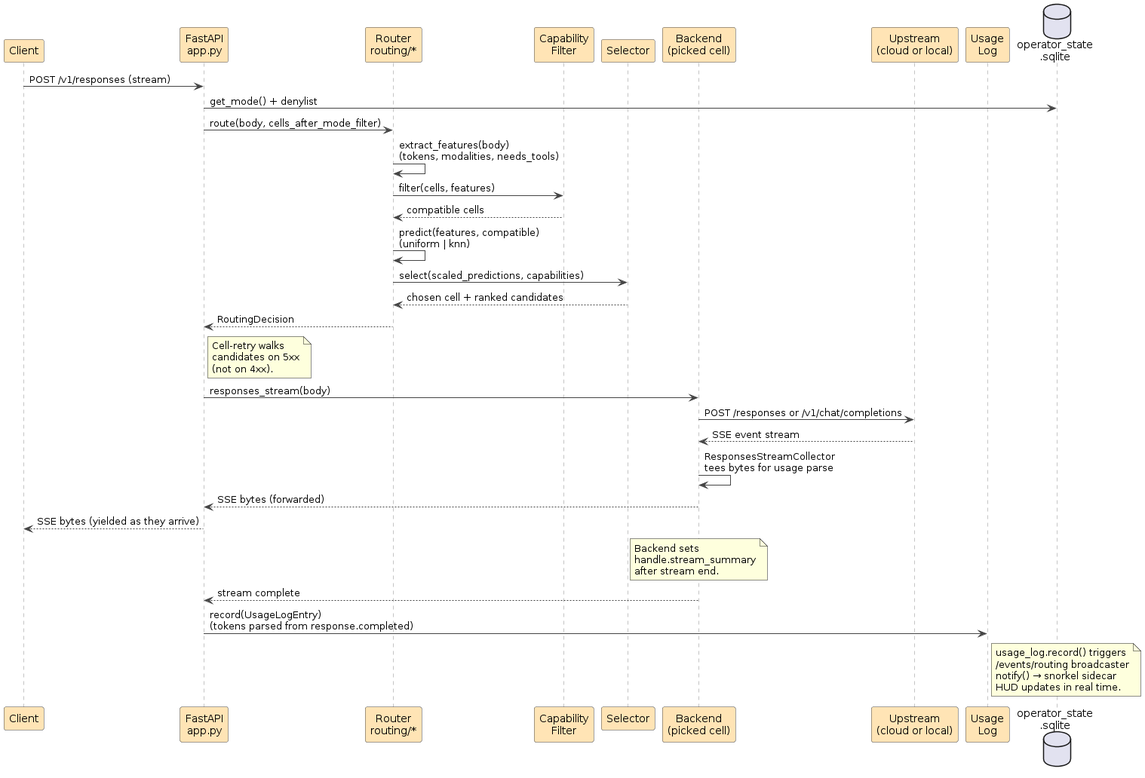
rohankhanna/callosum keeps this PlantUML diagram as docs/architecture/request_lifecycle.png. Above is the earlier version. Source of this version:
```plantuml
@startuml request_lifecycle

skinparam backgroundColor #FFFFFF
skinparam defaultFontName "Helvetica"
skinparam shadowing false
skinparam sequence {
  ArrowColor #444444
  LifeLineBorderColor #888888
  ParticipantBorderColor #444444
  ParticipantBackgroundColor #FFE4B5
  ParticipantFontColor #000000
}

participant "Client" as C
participant "FastAPI\napp.py" as App
participant "Router\nrouting/*" as R
participant "Capability\nFilter" as CF
participant "Selector" as S
participant "Backend\n(picked cell)" as B
participant "Upstream\n(cloud or local)" as U
participant "Usage\nLog" as UL
database "operator_state\n.sqlite" as OS

C -> App : POST /v1/responses (stream)
App -> OS : get_mode() + denylist
App -> R : route(body, cells_after_mode_filter)
R -> R : extract_features(body)\n(tokens, modalities, needs_tools)
R -> CF : filter(cells, features)
CF --> R : compatible cells
R -> R : predict(features, compatible)\n(uniform | knn)
R -> S : select(scaled_predictions, capabilities)
S --> R : chosen cell + ranked candidates
R --> App : RoutingDecision

note right of App
  Cell-retry walks
  candidates on 5xx
  (not on 4xx).
end note

App -> B : responses_stream(body)
B -> U : POST /responses or /v1/chat/completions
U --> B : SSE event stream
B -> B : ResponsesStreamCollector\ntees bytes for usage parse
B --> App : SSE bytes (forwarded)
App --> C : SSE bytes (yielded as they arrive)

note over B
  Backend sets
  handle.stream_summary
  after stream end.
end note

B --> App : stream complete
App -> UL : record(UsageLogEntry)\n(tokens parsed from response.completed)

note right of UL
  usage_log.record() triggers
  /events/routing broadcaster
  notify() → snorkel sidecar
  HUD updates in real time.
end note

@enduml
```
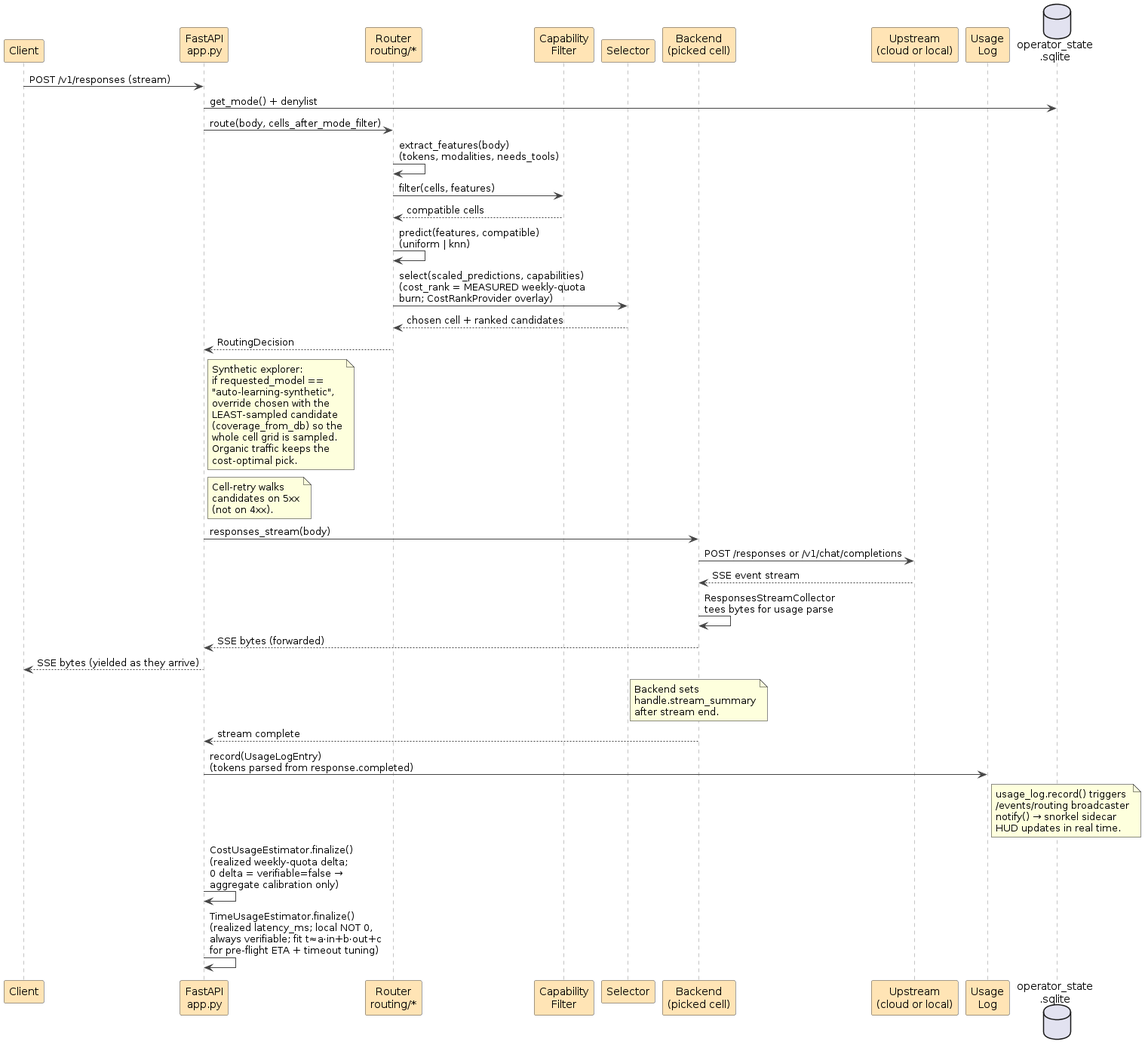
The same file after the commit.

Commit message:
feat(routing): time-to-process usage estimator mirroring cost estimator

The edit, as a diff of the source:
```diff
@@ -28,9 +28,21 @@
 R -> CF : filter(cells, features)
 CF --> R : compatible cells
 R -> R : predict(features, compatible)\n(uniform | knn)
-R -> S : select(scaled_predictions, capabilities)
+R -> S : select(scaled_predictions, capabilities)\n(cost_rank = MEASURED weekly-quota\nburn; CostRankProvider overlay)
 S --> R : chosen cell + ranked candidates
 R --> App : RoutingDecision
+
+note right of App
+  Synthetic explorer:
+  if requested_model ==
+  "auto-learning-synthetic",
+  override chosen with the
+  LEAST-sampled candidate
+  (coverage_from_db) so the
+  whole cell grid is sampled.
+  Organic traffic keeps the
+  cost-optimal pick.
+end note
 
 note right of App
   Cell-retry walks
@@ -61,4 +73,7 @@
   HUD updates in real time.
 end note
 
+App -> App : CostUsageEstimator.finalize()\n(realized weekly-quota delta;\n0 delta = verifiable=false →\naggregate calibration only)
+App -> App : TimeUsageEstimator.finalize()\n(realized latency_ms; local NOT 0,\nalways verifiable; fit t≈a·in+b·out+c\nfor pre-flight ETA + timeout tuning)
+
 @enduml
```
